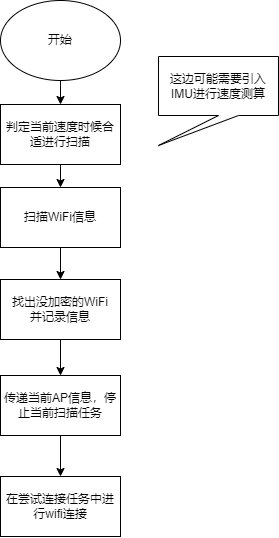
This is 软件流程图.png from ChenJBBB/wtag, a draw.io export, as it was before one commit. Source tidied: cells renumbered, new cells last; positions are measured from the earlier drawing's top-left corner, leaving out a move shared by most shapes.
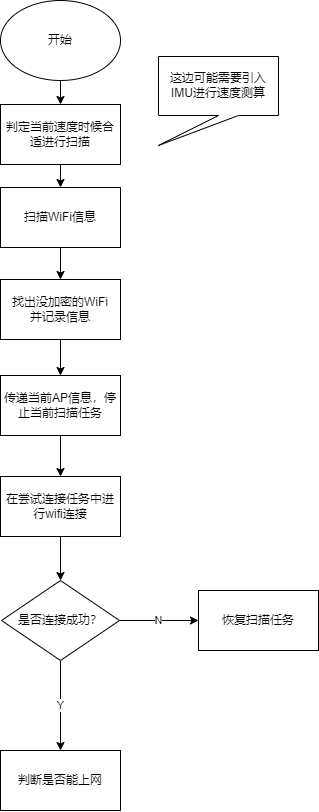
After the change.

Commit message:
📃 docs: 更新流程图

Change to the diagram source:
```diff
@@ -35,8 +35,26 @@
     <mxCell id="12" value="传递当前AP信息，停止当前扫描任务" style="whiteSpace=wrap;html=1;" parent="1" vertex="1">
       <mxGeometry y="375" width="120" height="60" as="geometry" />
     </mxCell>
+    <mxCell id="14" style="edgeStyle=orthogonalEdgeStyle;rounded=0;jettySize=auto;html=1;exitX=0.5;exitY=1;exitDx=0;exitDy=0;entryX=0.5;entryY=0;entryDx=0;entryDy=0;" parent="1" edge="1" source="13" target="17">
+      <mxGeometry relative="1" as="geometry" />
+    </mxCell>
     <mxCell id="13" value="在尝试连接任务中进行wifi连接" style="whiteSpace=wrap;html=1;" parent="1" vertex="1">
       <mxGeometry y="476" width="120" height="60" as="geometry" />
     </mxCell>
+    <mxCell id="15" value="N" style="edgeStyle=orthogonalEdgeStyle;rounded=0;jettySize=auto;html=1;" parent="1" edge="1" source="17" target="18">
+      <mxGeometry relative="1" as="geometry" />
+    </mxCell>
+    <mxCell id="16" value="Y" style="edgeStyle=orthogonalEdgeStyle;rounded=0;jettySize=auto;html=1;" parent="1" edge="1" source="17" target="19">
+      <mxGeometry relative="1" as="geometry" />
+    </mxCell>
+    <mxCell id="17" value="是否连接成功？" style="rhombus;whiteSpace=wrap;html=1;" parent="1" vertex="1">
+      <mxGeometry x="1" y="580" width="118" height="80" as="geometry" />
+    </mxCell>
+    <mxCell id="18" value="恢复扫描任务" style="whiteSpace=wrap;html=1;" parent="1" vertex="1">
+      <mxGeometry x="198" y="590" width="120" height="60" as="geometry" />
+    </mxCell>
+    <mxCell id="19" value="判断是否能上网" style="whiteSpace=wrap;html=1;" parent="1" vertex="1">
+      <mxGeometry y="750" width="120" height="60" as="geometry" />
+    </mxCell>
   </root>
 </mxGraphModel>
```
